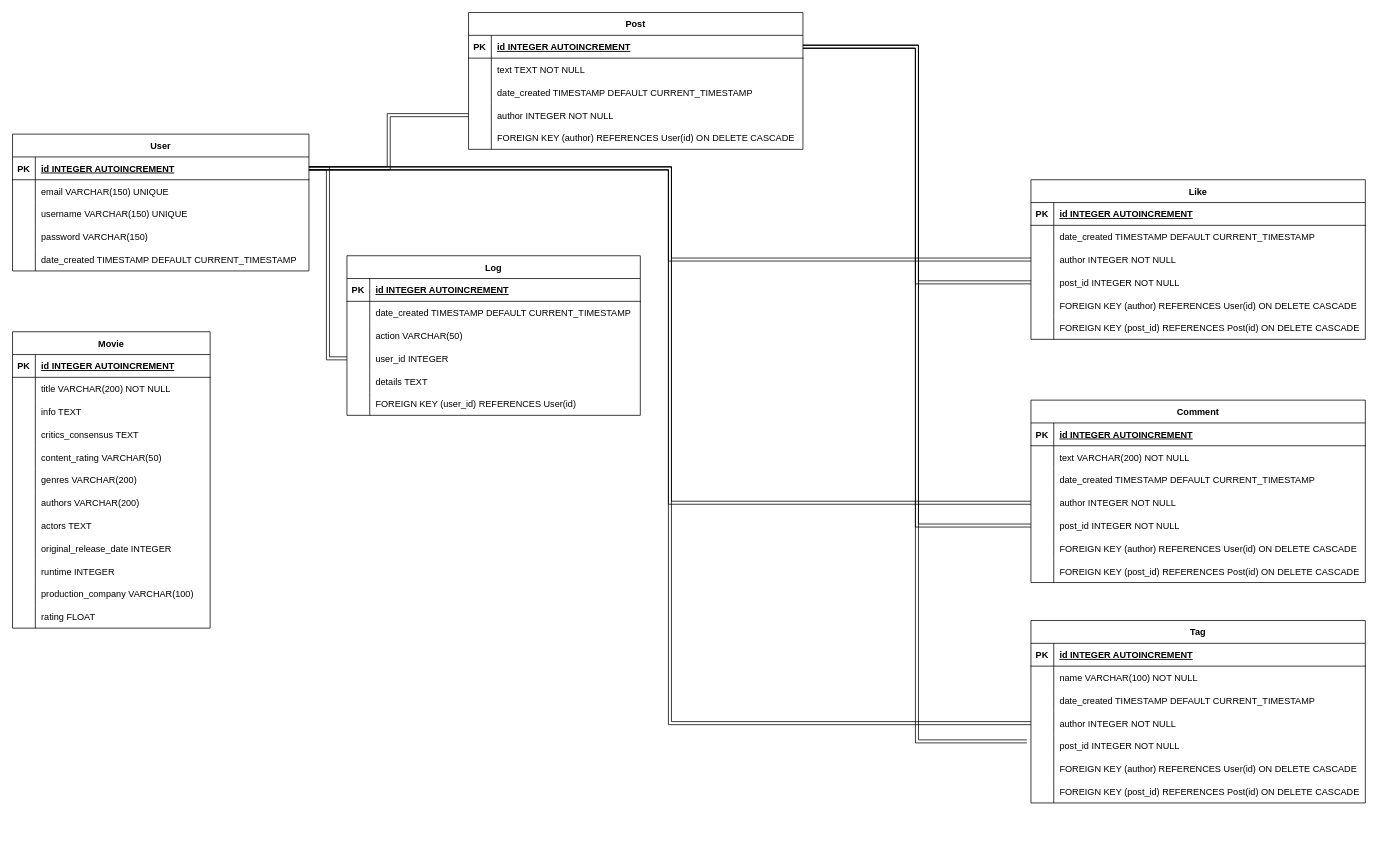
Before: Diagram.drawio in PletkaDaniil/WEB_Project, a draw.io diagram. Source tidied: cells renumbered, new cells numbered last; positions are measured from the earlier drawing's top-left corner, leaving out a move shared by most shapes. Both pictures are drawn from the tidied source at 76%, with x=0, y=0 at pixel (12, 12).
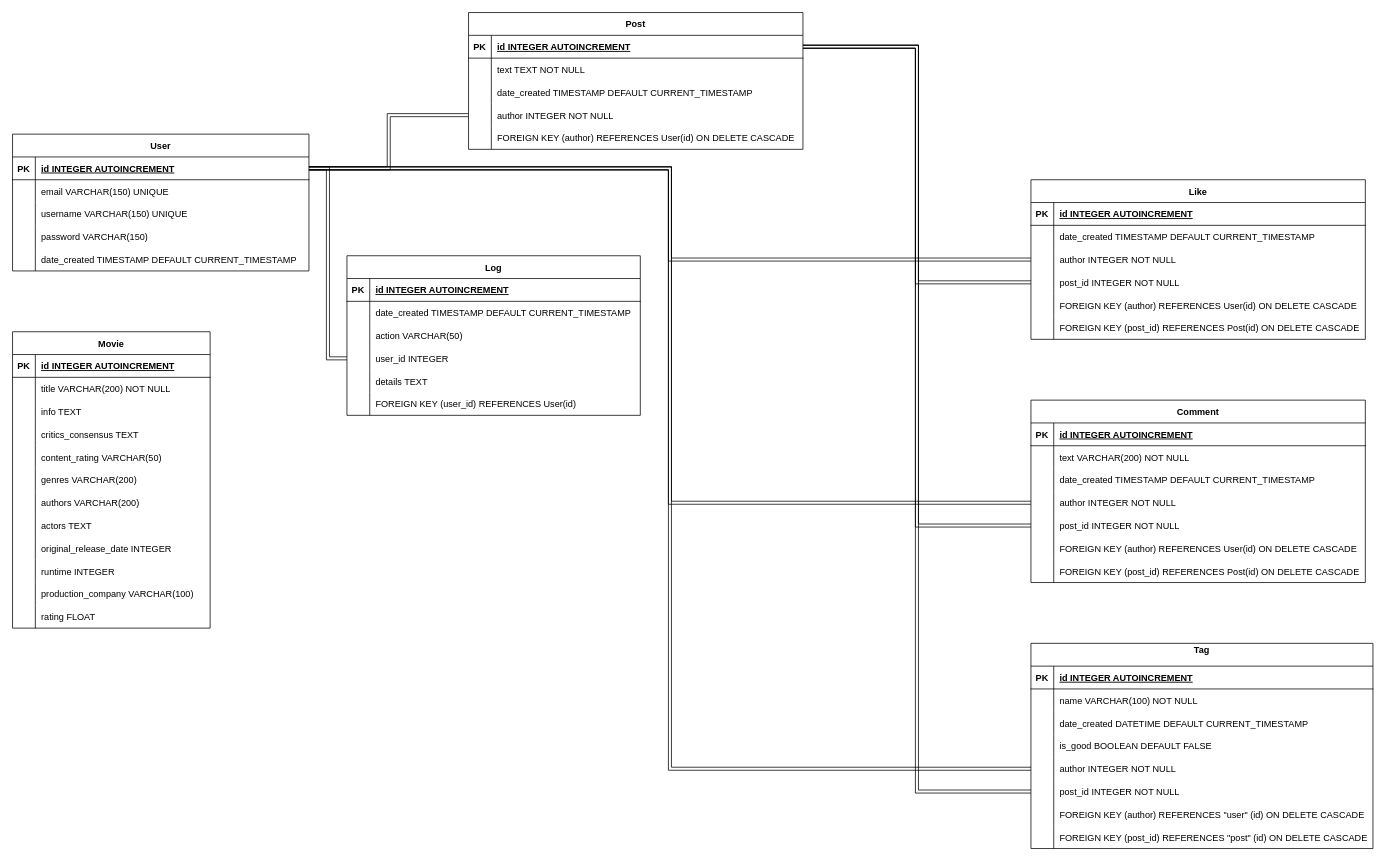
The same page after the edit.

The change refers to these unchanged cells:
```xml
<mxCell id="3" style="shape=tableRow;horizontal=0;startSize=0;swimlaneHead=0;swimlaneBody=0;fillColor=none;points=[[0,0.5],[1,0.5]];portConstraint=eastwest;strokeColor=inherit;top=0;left=0;right=0;bottom=1;" parent="2" vertex="1">
  <mxGeometry y="30" width="390" height="30" as="geometry" />
</mxCell>
<mxCell id="19" style="shape=tableRow;horizontal=0;startSize=0;swimlaneHead=0;swimlaneBody=0;fillColor=none;points=[[0,0.5],[1,0.5]];portConstraint=eastwest;strokeColor=inherit;top=0;left=0;right=0;bottom=1;" parent="18" vertex="1">
  <mxGeometry y="30" width="440" height="30" as="geometry" />
</mxCell>
```

Diff of the diagram source:
```diff
@@
-    <mxCell id="131" value="Tag" style="shape=table;startSize=30;childLayout=tableLayout;rowLines=0;fontStyle=1;align=center;" parent="1" vertex="1">
-      <mxGeometry x="1340" y="800" width="440" height="240" as="geometry" />
-    </mxCell>
-    <mxCell id="132" style="shape=tableRow;horizontal=0;startSize=0;swimlaneHead=0;swimlaneBody=0;fillColor=none;strokeColor=inherit;top=0;left=0;right=0;bottom=1;" parent="131" vertex="1">
-      <mxGeometry y="30" width="440" height="30" as="geometry" />
-    </mxCell>
-    <mxCell id="133" value="PK" style="shape=partialRectangle;overflow=hidden;fillColor=none;strokeColor=inherit;top=0;left=0;bottom=0;right=0;fontStyle=1;" parent="132" vertex="1">
-      <mxGeometry width="30" height="30" as="geometry" />
-    </mxCell>
-    <mxCell id="134" value="id INTEGER  AUTOINCREMENT" style="shape=partialRectangle;overflow=hidden;fillColor=none;align=left;strokeColor=inherit;top=0;left=0;bottom=0;right=0;spacingLeft=6;fontStyle=5;" parent="132" vertex="1">
-      <mxGeometry x="30" width="410" height="30" as="geometry" />
-    </mxCell>
-    <mxCell id="135" style="shape=tableRow;horizontal=0;startSize=0;swimlaneHead=0;swimlaneBody=0;fillColor=none;strokeColor=inherit;top=0;left=0;right=0;bottom=0;" parent="131" vertex="1">
-      <mxGeometry y="60" width="440" height="30" as="geometry" />
-    </mxCell>
-    <mxCell id="136" style="shape=partialRectangle;overflow=hidden;fillColor=none;strokeColor=inherit;top=0;left=0;bottom=0;right=0;" parent="135" vertex="1">
-      <mxGeometry width="30" height="30" as="geometry" />
-    </mxCell>
-    <mxCell id="137" value="name VARCHAR(100) NOT NULL" style="shape=partialRectangle;overflow=hidden;fillColor=none;align=left;strokeColor=inherit;top=0;left=0;bottom=0;right=0;spacingLeft=6;" parent="135" vertex="1">
-      <mxGeometry x="30" width="410" height="30" as="geometry" />
-    </mxCell>
-    <mxCell id="138" style="shape=tableRow;horizontal=0;startSize=0;swimlaneHead=0;swimlaneBody=0;fillColor=none;strokeColor=inherit;top=0;left=0;right=0;bottom=0;" parent="131" vertex="1">
-      <mxGeometry y="90" width="440" height="30" as="geometry" />
-    </mxCell>
-    <mxCell id="139" style="shape=partialRectangle;overflow=hidden;fillColor=none;strokeColor=inherit;top=0;left=0;bottom=0;right=0;" parent="138" vertex="1">
-      <mxGeometry width="30" height="30" as="geometry" />
-    </mxCell>
-    <mxCell id="140" value="date_created TIMESTAMP DEFAULT CURRENT_TIMESTAMP" style="shape=partialRectangle;overflow=hidden;fillColor=none;align=left;strokeColor=inherit;top=0;left=0;bottom=0;right=0;spacingLeft=6;" parent="138" vertex="1">
-      <mxGeometry x="30" width="410" height="30" as="geometry" />
-    </mxCell>
-    <mxCell id="141" style="shape=tableRow;horizontal=0;startSize=0;swimlaneHead=0;swimlaneBody=0;fillColor=none;points=[[0,0.5],[1,0.5]];portConstraint=eastwest;strokeColor=inherit;top=0;left=0;right=0;bottom=0;" parent="131" vertex="1">
-      <mxGeometry y="120" width="440" height="30" as="geometry" />
-    </mxCell>
-    <mxCell id="142" style="shape=partialRectangle;overflow=hidden;fillColor=none;strokeColor=inherit;top=0;left=0;bottom=0;right=0;" parent="141" vertex="1">
-      <mxGeometry width="30" height="30" as="geometry" />
-    </mxCell>
-    <mxCell id="143" value="author INTEGER NOT NULL" style="shape=partialRectangle;overflow=hidden;fillColor=none;align=left;strokeColor=inherit;top=0;left=0;bottom=0;right=0;spacingLeft=6;" parent="141" vertex="1">
-      <mxGeometry x="30" width="410" height="30" as="geometry" />
-    </mxCell>
-    <mxCell id="144" style="shape=tableRow;horizontal=0;startSize=0;swimlaneHead=0;swimlaneBody=0;fillColor=none;points=[[0,0.5],[1,0.5]];portConstraint=eastwest;strokeColor=inherit;top=0;left=0;right=0;bottom=0;" parent="131" vertex="1">
-      <mxGeometry y="150" width="440" height="30" as="geometry" />
-    </mxCell>
-    <mxCell id="145" style="shape=partialRectangle;overflow=hidden;fillColor=none;strokeColor=inherit;top=0;left=0;bottom=0;right=0;" parent="144" vertex="1">
-      <mxGeometry width="30" height="30" as="geometry" />
-    </mxCell>
-    <mxCell id="146" value="post_id INTEGER NOT NULL" style="shape=partialRectangle;overflow=hidden;fillColor=none;align=left;strokeColor=inherit;top=0;left=0;bottom=0;right=0;spacingLeft=6;" parent="144" vertex="1">
-      <mxGeometry x="30" width="410" height="30" as="geometry" />
-    </mxCell>
-    <mxCell id="147" style="shape=tableRow;horizontal=0;startSize=0;swimlaneHead=0;swimlaneBody=0;fillColor=none;strokeColor=inherit;top=0;left=0;right=0;bottom=0;" parent="131" vertex="1">
-      <mxGeometry y="180" width="440" height="30" as="geometry" />
-    </mxCell>
-    <mxCell id="148" style="shape=partialRectangle;overflow=hidden;fillColor=none;strokeColor=inherit;top=0;left=0;bottom=0;right=0;" parent="147" vertex="1">
-      <mxGeometry width="30" height="30" as="geometry" />
-    </mxCell>
-    <mxCell id="149" value="FOREIGN KEY (author) REFERENCES User(id) ON DELETE CASCADE" style="shape=partialRectangle;overflow=hidden;fillColor=none;align=left;strokeColor=inherit;top=0;left=0;bottom=0;right=0;spacingLeft=6;" parent="147" vertex="1">
-      <mxGeometry x="30" width="410" height="30" as="geometry" />
-    </mxCell>
-    <mxCell id="150" style="shape=tableRow;horizontal=0;startSize=0;swimlaneHead=0;swimlaneBody=0;fillColor=none;strokeColor=inherit;top=0;left=0;right=0;bottom=0;" parent="131" vertex="1">
-      <mxGeometry y="210" width="440" height="30" as="geometry" />
-    </mxCell>
-    <mxCell id="151" style="shape=partialRectangle;overflow=hidden;fillColor=none;strokeColor=inherit;top=0;left=0;bottom=0;right=0;" parent="150" vertex="1">
-      <mxGeometry width="30" height="30" as="geometry" />
-    </mxCell>
-    <mxCell id="152" value="FOREIGN KEY (post_id) REFERENCES Post(id) ON DELETE CASCADE" style="shape=partialRectangle;overflow=hidden;fillColor=none;align=left;strokeColor=inherit;top=0;left=0;bottom=0;right=0;spacingLeft=6;" parent="150" vertex="1">
-      <mxGeometry x="30" width="410" height="30" as="geometry" />
-    </mxCell>
@@
-    <mxCell id="158" style="edgeStyle=orthogonalEdgeStyle;rounded=0;jettySize=auto;html=1;exitX=1;exitY=0.5;exitDx=0;exitDy=0;entryX=0;entryY=0.5;entryDx=0;entryDy=0;shape=link;" parent="1" edge="1" source="3" target="141">
-      <mxGeometry relative="1" as="geometry" />
-    </mxCell>
-    <mxCell id="159" style="edgeStyle=orthogonalEdgeStyle;rounded=0;jettySize=auto;html=1;exitX=1;exitY=0.5;exitDx=0;exitDy=0;entryX=-0.012;entryY=0.3;entryDx=0;entryDy=0;entryPerimeter=0;shape=link;" parent="1" edge="1" source="19" target="144">
-      <mxGeometry relative="1" as="geometry" />
-    </mxCell>
@@
+    <mxCell id="131" value="Tag&#10;" style="shape=table;startSize=30;childLayout=tableLayout;rowLines=0;fontStyle=1;align=center;" parent="1" vertex="1">
+      <mxGeometry x="1340" y="830" width="450" height="270" as="geometry" />
+    </mxCell>
+    <mxCell id="161" style="shape=tableRow;horizontal=0;startSize=0;swimlaneHead=0;swimlaneBody=0;fillColor=none;strokeColor=inherit;top=0;left=0;right=0;bottom=1;" parent="131" vertex="1">
+      <mxGeometry y="30" width="450" height="30" as="geometry" />
+    </mxCell>
+    <mxCell id="133" value="PK" style="shape=partialRectangle;overflow=hidden;fillColor=none;strokeColor=inherit;top=0;left=0;bottom=0;right=0;fontStyle=1;" parent="161" vertex="1">
+      <mxGeometry width="30" height="30" as="geometry" />
+    </mxCell>
+    <mxCell id="134" value="id INTEGER  AUTOINCREMENT" style="shape=partialRectangle;overflow=hidden;fillColor=none;align=left;strokeColor=inherit;top=0;left=0;bottom=0;right=0;spacingLeft=6;fontStyle=5;" parent="161" vertex="1">
+      <mxGeometry x="30" width="420" height="30" as="geometry" />
+    </mxCell>
+    <mxCell id="162" style="shape=tableRow;horizontal=0;startSize=0;swimlaneHead=0;swimlaneBody=0;fillColor=none;strokeColor=inherit;top=0;left=0;right=0;bottom=0;" parent="131" vertex="1">
+      <mxGeometry y="60" width="450" height="30" as="geometry" />
+    </mxCell>
+    <mxCell id="163" style="shape=partialRectangle;overflow=hidden;fillColor=none;strokeColor=inherit;top=0;left=0;bottom=0;right=0;" parent="162" vertex="1">
+      <mxGeometry width="30" height="30" as="geometry" />
+    </mxCell>
+    <mxCell id="137" value="name VARCHAR(100) NOT NULL" style="shape=partialRectangle;overflow=hidden;fillColor=none;align=left;strokeColor=inherit;top=0;left=0;bottom=0;right=0;spacingLeft=6;" parent="162" vertex="1">
+      <mxGeometry x="30" width="420" height="30" as="geometry" />
+    </mxCell>
+    <mxCell id="164" style="shape=tableRow;horizontal=0;startSize=0;swimlaneHead=0;swimlaneBody=0;fillColor=none;strokeColor=inherit;top=0;left=0;right=0;bottom=0;" parent="131" vertex="1">
+      <mxGeometry y="90" width="450" height="30" as="geometry" />
+    </mxCell>
+    <mxCell id="165" style="shape=partialRectangle;overflow=hidden;fillColor=none;strokeColor=inherit;top=0;left=0;bottom=0;right=0;" parent="164" vertex="1">
+      <mxGeometry width="30" height="30" as="geometry" />
+    </mxCell>
+    <mxCell id="166" value="date_created DATETIME DEFAULT CURRENT_TIMESTAMP" style="shape=partialRectangle;overflow=hidden;fillColor=none;align=left;strokeColor=inherit;top=0;left=0;bottom=0;right=0;spacingLeft=6;" parent="164" vertex="1">
+      <mxGeometry x="30" width="420" height="30" as="geometry" />
+    </mxCell>
+    <mxCell id="167" style="shape=tableRow;horizontal=0;startSize=0;swimlaneHead=0;swimlaneBody=0;fillColor=none;strokeColor=inherit;top=0;left=0;right=0;bottom=0;" parent="131" vertex="1">
+      <mxGeometry y="120" width="450" height="30" as="geometry" />
+    </mxCell>
+    <mxCell id="168" style="shape=partialRectangle;overflow=hidden;fillColor=none;strokeColor=inherit;top=0;left=0;bottom=0;right=0;" parent="167" vertex="1">
+      <mxGeometry width="30" height="30" as="geometry" />
+    </mxCell>
+    <mxCell id="169" value="is_good BOOLEAN DEFAULT FALSE" style="shape=partialRectangle;overflow=hidden;fillColor=none;align=left;strokeColor=inherit;top=0;left=0;bottom=0;right=0;spacingLeft=6;" parent="167" vertex="1">
+      <mxGeometry x="30" width="420" height="30" as="geometry" />
+    </mxCell>
+    <mxCell id="170" style="shape=tableRow;horizontal=0;startSize=0;swimlaneHead=0;swimlaneBody=0;fillColor=none;points=[[0,0.5],[1,0.5]];portConstraint=eastwest;strokeColor=inherit;top=0;left=0;right=0;bottom=0;" parent="131" vertex="1">
+      <mxGeometry y="150" width="450" height="30" as="geometry" />
+    </mxCell>
+    <mxCell id="171" style="shape=partialRectangle;overflow=hidden;fillColor=none;strokeColor=inherit;top=0;left=0;bottom=0;right=0;" parent="170" vertex="1">
+      <mxGeometry width="30" height="30" as="geometry" />
+    </mxCell>
+    <mxCell id="143" value="author INTEGER NOT NULL" style="shape=partialRectangle;overflow=hidden;fillColor=none;align=left;strokeColor=inherit;top=0;left=0;bottom=0;right=0;spacingLeft=6;" parent="170" vertex="1">
+      <mxGeometry x="30" width="420" height="30" as="geometry" />
+    </mxCell>
+    <mxCell id="172" style="shape=tableRow;horizontal=0;startSize=0;swimlaneHead=0;swimlaneBody=0;fillColor=none;points=[[0,0.5],[1,0.5]];portConstraint=eastwest;strokeColor=inherit;top=0;left=0;right=0;bottom=0;" parent="131" vertex="1">
+      <mxGeometry y="180" width="450" height="30" as="geometry" />
+    </mxCell>
+    <mxCell id="173" style="shape=partialRectangle;overflow=hidden;fillColor=none;strokeColor=inherit;top=0;left=0;bottom=0;right=0;" parent="172" vertex="1">
+      <mxGeometry width="30" height="30" as="geometry" />
+    </mxCell>
+    <mxCell id="146" value="post_id INTEGER NOT NULL" style="shape=partialRectangle;overflow=hidden;fillColor=none;align=left;strokeColor=inherit;top=0;left=0;bottom=0;right=0;spacingLeft=6;" parent="172" vertex="1">
+      <mxGeometry x="30" width="420" height="30" as="geometry" />
+    </mxCell>
+    <mxCell id="174" style="shape=tableRow;horizontal=0;startSize=0;swimlaneHead=0;swimlaneBody=0;fillColor=none;strokeColor=inherit;top=0;left=0;right=0;bottom=0;" parent="131" vertex="1">
+      <mxGeometry y="210" width="450" height="30" as="geometry" />
+    </mxCell>
+    <mxCell id="175" style="shape=partialRectangle;overflow=hidden;fillColor=none;strokeColor=inherit;top=0;left=0;bottom=0;right=0;" parent="174" vertex="1">
+      <mxGeometry width="30" height="30" as="geometry" />
+    </mxCell>
+    <mxCell id="176" value="FOREIGN KEY (author) REFERENCES &quot;user&quot; (id) ON DELETE CASCADE" style="shape=partialRectangle;overflow=hidden;fillColor=none;align=left;strokeColor=inherit;top=0;left=0;bottom=0;right=0;spacingLeft=6;" parent="174" vertex="1">
+      <mxGeometry x="30" width="420" height="30" as="geometry" />
+    </mxCell>
+    <mxCell id="177" style="shape=tableRow;horizontal=0;startSize=0;swimlaneHead=0;swimlaneBody=0;fillColor=none;strokeColor=inherit;top=0;left=0;right=0;bottom=0;" parent="131" vertex="1">
+      <mxGeometry y="240" width="450" height="30" as="geometry" />
+    </mxCell>
+    <mxCell id="178" style="shape=partialRectangle;overflow=hidden;fillColor=none;strokeColor=inherit;top=0;left=0;bottom=0;right=0;" parent="177" vertex="1">
+      <mxGeometry width="30" height="30" as="geometry" />
+    </mxCell>
+    <mxCell id="179" value="FOREIGN KEY (post_id) REFERENCES &quot;post&quot; (id) ON DELETE CASCADE" style="shape=partialRectangle;overflow=hidden;fillColor=none;align=left;strokeColor=inherit;top=0;left=0;bottom=0;right=0;spacingLeft=6;" parent="177" vertex="1">
+      <mxGeometry x="30" width="420" height="30" as="geometry" />
+    </mxCell>
+    <mxCell id="180" style="edgeStyle=orthogonalEdgeStyle;rounded=0;jettySize=auto;html=1;exitX=1;exitY=0.5;exitDx=0;exitDy=0;entryX=0;entryY=0.5;entryDx=0;entryDy=0;shape=link;" parent="1" edge="1" source="19" target="172">
+      <mxGeometry relative="1" as="geometry" />
+    </mxCell>
+    <mxCell id="181" style="edgeStyle=orthogonalEdgeStyle;rounded=0;jettySize=auto;html=1;exitX=1;exitY=0.5;exitDx=0;exitDy=0;entryX=0;entryY=0.5;entryDx=0;entryDy=0;shape=link;" parent="1" edge="1" source="3" target="170">
+      <mxGeometry relative="1" as="geometry" />
+    </mxCell>
```
